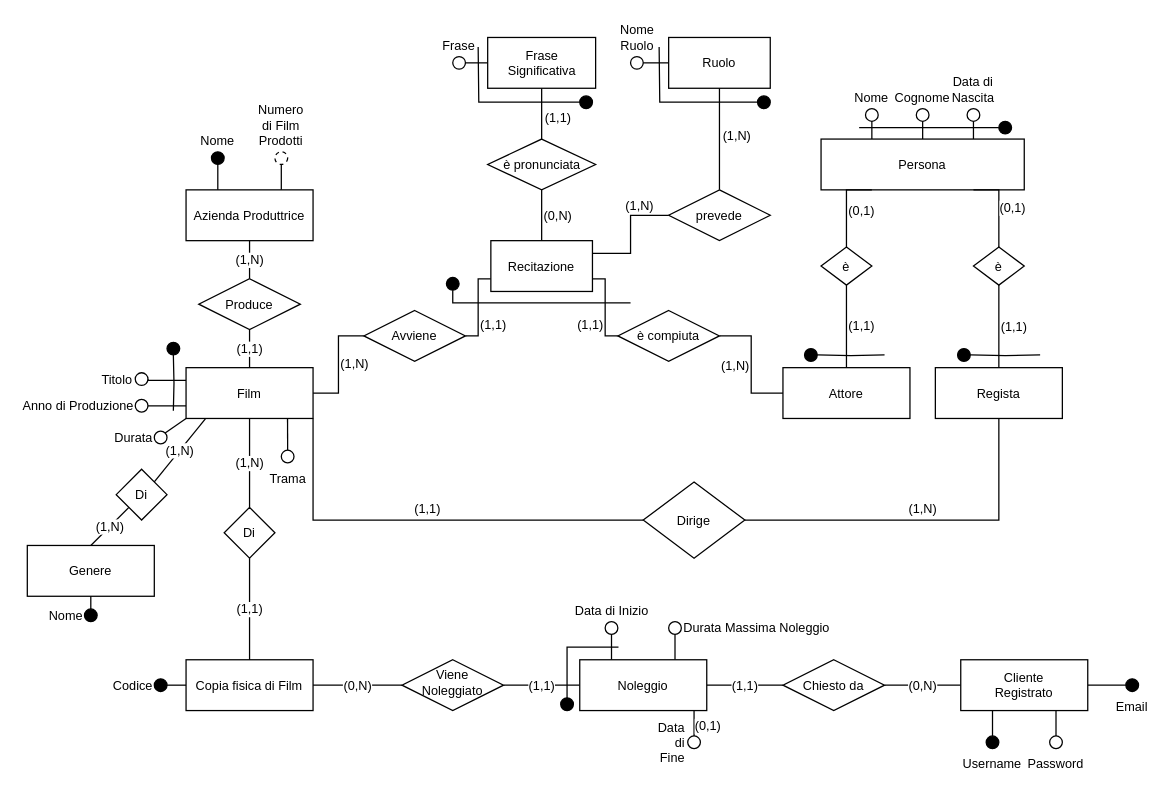
Before: page "ER-Ristrutturato" (3 of 3) of ER.drawio in lazylace37/uni_basi_di_dati_lab, a draw.io diagram. Source tidied: cells renumbered, new cells numbered last; positions are measured from the earlier drawing's top-left corner, leaving out a move shared by most shapes. Both pictures are drawn from the tidied source at 127%, with x=0, y=0 at pixel (27, 37).
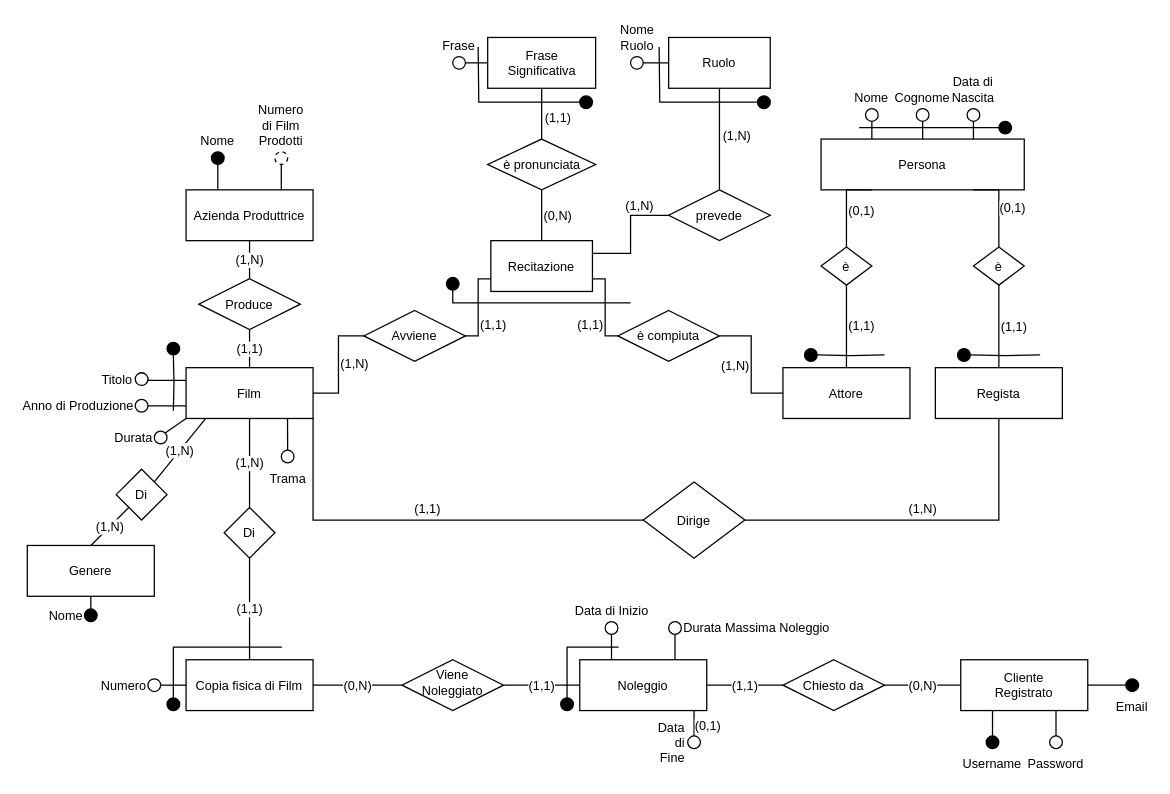
Above is the later version.

The change refers to these unchanged cells:
```xml
<mxCell id="14" value="Copia fisica di Film" style="whiteSpace=wrap;html=1;align=center;fontSize=10;" parent="1" vertex="1">
  <mxGeometry x="125" y="490" width="100" height="40" as="geometry" />
</mxCell>
```

Change to the diagram source:
```diff
@@
-    <mxCell id="58" style="edgeStyle=orthogonalEdgeStyle;rounded=0;jettySize=auto;html=1;exitX=1;exitY=0.5;exitDx=0;exitDy=0;entryX=0;entryY=0.5;entryDx=0;entryDy=0;endArrow=none;endFill=0;fontSize=10;" parent="1" edge="1" source="59" target="14">
-      <mxGeometry relative="1" as="geometry" />
-    </mxCell>
-    <mxCell id="59" value="Codice" style="ellipse;html=1;align=right;labelPosition=left;verticalLabelPosition=middle;verticalAlign=middle;fillColor=#000000;fontSize=10;" parent="1" vertex="1">
-      <mxGeometry x="100" y="505" width="10" height="10" as="geometry" />
-    </mxCell>
@@
+    <mxCell id="111" style="edgeStyle=orthogonalEdgeStyle;rounded=0;jettySize=auto;html=1;exitX=1;exitY=0.5;exitDx=0;exitDy=0;entryX=0;entryY=0.5;entryDx=0;entryDy=0;endArrow=none;endFill=0;" parent="1" edge="1" source="112">
+      <mxGeometry relative="1" as="geometry">
+        <mxPoint x="125" y="510" as="targetPoint" />
+      </mxGeometry>
+    </mxCell>
+    <mxCell id="112" value="Numero" style="ellipse;html=1;align=right;labelPosition=left;verticalLabelPosition=middle;verticalAlign=middle;fillColor=none;fontSize=10;" parent="1" vertex="1">
+      <mxGeometry x="95" y="505" width="10" height="10" as="geometry" />
+    </mxCell>
+    <mxCell id="113" style="shape=partialRectangle;whiteSpace=wrap;html=1;bottom=0;right=0;fillColor=none;fontFamily=Helvetica;fontSize=10;fontColor=default;labelBackgroundColor=default;" parent="1" vertex="1">
+      <mxGeometry x="115" y="480" width="85" height="40" as="geometry" />
+    </mxCell>
+    <mxCell id="114" style="ellipse;whiteSpace=wrap;html=1;align=right;labelPosition=left;verticalLabelPosition=middle;verticalAlign=middle;fillColor=#000000;fontSize=10;" parent="1" vertex="1">
+      <mxGeometry x="110" y="520" width="10" height="10" as="geometry" />
+    </mxCell>
```
